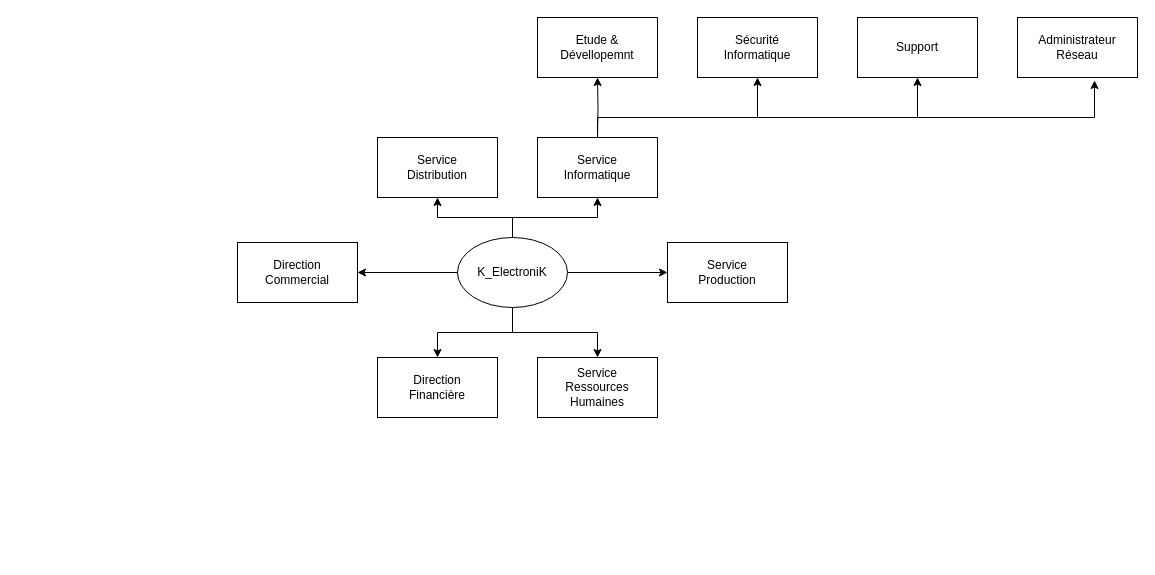
The draw.io diagram public/Untitled Diagram.drawio in amalgum/laracarte-tdn, before the edit. Source tidied: cells renumbered, new cells numbered last; positions are measured from the earlier drawing's top-left corner, leaving out a move shared by most shapes. Both pictures are drawn from the tidied source at 100%, with x=0, y=0 at pixel (237, 17).
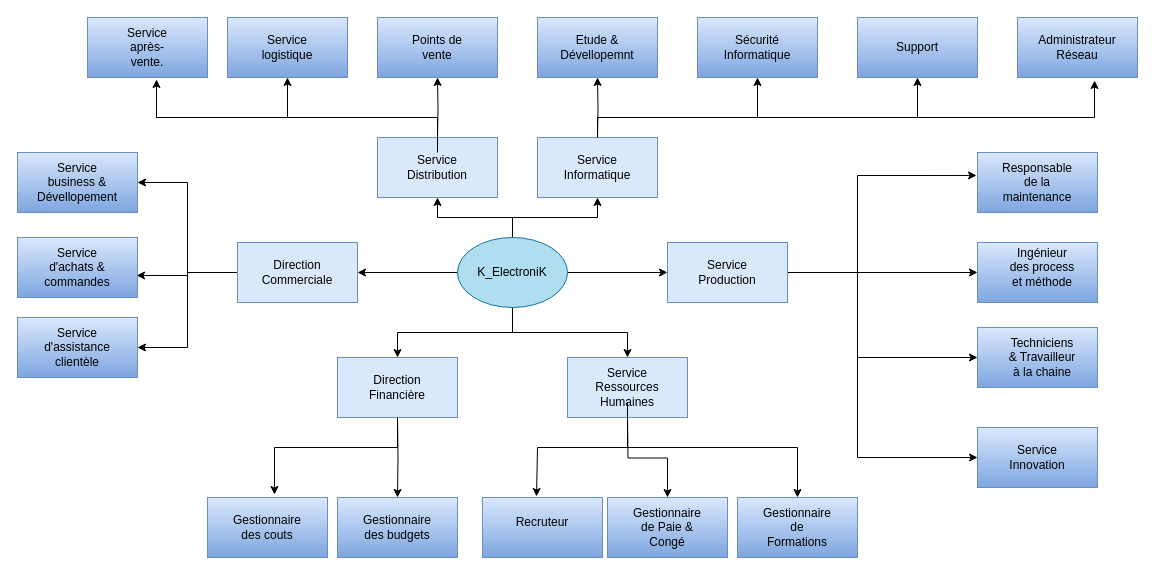
After the change.

The change refers to these unchanged cells:
```xml
<mxCell id="22" value="Service Distribution" style="text;html=1;strokeColor=none;fillColor=none;align=center;verticalAlign=middle;whiteSpace=wrap;rounded=0;" parent="1" vertex="1">
  <mxGeometry x="170" y="135" width="60" height="30" as="geometry" />
</mxCell>
```

The edit, as a diff of the source:
```diff
@@
     <mxCell id="4" style="edgeStyle=orthogonalEdgeStyle;rounded=0;jettySize=auto;html=1;entryX=0.5;entryY=0;entryDx=0;entryDy=0;" parent="1" edge="1" source="8" target="11">
-      <mxGeometry relative="1" as="geometry" />
+      <mxGeometry relative="1" as="geometry">
+        <Array as="points">
+          <mxPoint x="275" y="315" />
+          <mxPoint x="390" y="315" />
+          <mxPoint x="390" y="340" />
+        </Array>
+      </mxGeometry>
     </mxCell>
@@
-    <mxCell id="8" style="ellipse;whiteSpace=wrap;html=1;" parent="1" vertex="1">
+    <mxCell id="8" style="ellipse;whiteSpace=wrap;html=1;fillColor=#b1ddf0;strokeColor=#10739e;" parent="1" vertex="1">
       <mxGeometry x="220" y="220" width="110" height="70" as="geometry" />
     </mxCell>
-    <mxCell id="9" style="rounded=0;whiteSpace=wrap;html=1;" parent="1" vertex="1">
+    <mxCell id="9" style="rounded=0;whiteSpace=wrap;html=1;fillColor=#dae8fc;strokeColor=#6c8ebf;" parent="1" vertex="1">
       <mxGeometry x="140" y="120" width="120" height="60" as="geometry" />
     </mxCell>
+    <mxCell id="34" style="edgeStyle=orthogonalEdgeStyle;rounded=0;jettySize=auto;html=1;entryX=0;entryY=0.5;entryDx=0;entryDy=0;" parent="1" edge="1" source="10" target="49">
+      <mxGeometry relative="1" as="geometry" />
+    </mxCell>
+    <mxCell id="35" style="edgeStyle=orthogonalEdgeStyle;rounded=0;jettySize=auto;html=1;entryX=-0.008;entryY=0.383;entryDx=0;entryDy=0;entryPerimeter=0;" parent="1" edge="1" source="10" target="51">
+      <mxGeometry relative="1" as="geometry">
+        <Array as="points">
+          <mxPoint x="620" y="255" />
+          <mxPoint x="620" y="158" />
+        </Array>
+      </mxGeometry>
+    </mxCell>
+    <mxCell id="36" style="edgeStyle=orthogonalEdgeStyle;rounded=0;jettySize=auto;html=1;entryX=0;entryY=0.5;entryDx=0;entryDy=0;" parent="1" edge="1" source="10" target="52">
+      <mxGeometry relative="1" as="geometry">
+        <Array as="points">
+          <mxPoint x="620" y="255" />
+          <mxPoint x="620" y="340" />
+        </Array>
+      </mxGeometry>
+    </mxCell>
+    <mxCell id="37" style="edgeStyle=orthogonalEdgeStyle;rounded=0;jettySize=auto;html=1;entryX=0;entryY=0.5;entryDx=0;entryDy=0;" parent="1" edge="1" source="10" target="50">
+      <mxGeometry relative="1" as="geometry">
+        <Array as="points">
+          <mxPoint x="620" y="255" />
+          <mxPoint x="620" y="440" />
+        </Array>
+      </mxGeometry>
+    </mxCell>
-    <mxCell id="10" style="rounded=0;whiteSpace=wrap;html=1;" parent="1" vertex="1">
+    <mxCell id="10" style="rounded=0;whiteSpace=wrap;html=1;fillColor=#dae8fc;strokeColor=#6c8ebf;" parent="1" vertex="1">
       <mxGeometry x="430" y="225" width="120" height="60" as="geometry" />
     </mxCell>
+    <mxCell id="38" style="edgeStyle=orthogonalEdgeStyle;rounded=0;jettySize=auto;html=1;" parent="1" edge="1" source="11" target="58">
+      <mxGeometry relative="1" as="geometry">
+        <Array as="points">
+          <mxPoint x="390" y="430" />
+          <mxPoint x="560" y="430" />
+        </Array>
+      </mxGeometry>
+    </mxCell>
-    <mxCell id="11" style="rounded=0;whiteSpace=wrap;html=1;" parent="1" vertex="1">
-      <mxGeometry x="300" y="340" width="120" height="60" as="geometry" />
+    <mxCell id="11" style="rounded=0;whiteSpace=wrap;html=1;fillColor=#dae8fc;strokeColor=#6c8ebf;" parent="1" vertex="1">
+      <mxGeometry x="330" y="340" width="120" height="60" as="geometry" />
     </mxCell>
+    <mxCell id="39" style="edgeStyle=orthogonalEdgeStyle;rounded=0;jettySize=auto;html=1;entryX=0.558;entryY=-0.05;entryDx=0;entryDy=0;entryPerimeter=0;" parent="1" edge="1" source="12" target="75">
+      <mxGeometry relative="1" as="geometry">
+        <Array as="points">
+          <mxPoint x="160" y="430" />
+          <mxPoint x="37" y="430" />
+        </Array>
+      </mxGeometry>
+    </mxCell>
-    <mxCell id="12" style="rounded=0;whiteSpace=wrap;html=1;" parent="1" vertex="1">
-      <mxGeometry x="140" y="340" width="120" height="60" as="geometry" />
+    <mxCell id="12" style="rounded=0;whiteSpace=wrap;html=1;fillColor=#dae8fc;strokeColor=#6c8ebf;" parent="1" vertex="1">
+      <mxGeometry x="100" y="340" width="120" height="60" as="geometry" />
     </mxCell>
+    <mxCell id="40" style="edgeStyle=orthogonalEdgeStyle;rounded=0;jettySize=auto;html=1;entryX=0.992;entryY=0.633;entryDx=0;entryDy=0;entryPerimeter=0;" parent="1" edge="1" source="13" target="71">
+      <mxGeometry relative="1" as="geometry" />
+    </mxCell>
+    <mxCell id="41" style="edgeStyle=orthogonalEdgeStyle;rounded=0;jettySize=auto;html=1;entryX=1;entryY=0.5;entryDx=0;entryDy=0;" parent="1" edge="1" source="13" target="65">
+      <mxGeometry relative="1" as="geometry" />
+    </mxCell>
+    <mxCell id="42" style="edgeStyle=orthogonalEdgeStyle;rounded=0;jettySize=auto;html=1;entryX=1;entryY=0.5;entryDx=0;entryDy=0;" parent="1" edge="1" source="13" target="70">
+      <mxGeometry relative="1" as="geometry" />
+    </mxCell>
-    <mxCell id="13" style="rounded=0;whiteSpace=wrap;html=1;" parent="1" vertex="1">
+    <mxCell id="13" style="rounded=0;whiteSpace=wrap;html=1;fillColor=#dae8fc;strokeColor=#6c8ebf;" parent="1" vertex="1">
       <mxGeometry y="225" width="120" height="60" as="geometry" />
     </mxCell>
@@
-    <mxCell id="17" style="rounded=0;whiteSpace=wrap;html=1;" parent="1" vertex="1">
+    <mxCell id="17" style="rounded=0;whiteSpace=wrap;html=1;fillColor=#dae8fc;strokeColor=#6c8ebf;" parent="1" vertex="1">
       <mxGeometry x="300" y="120" width="120" height="60" as="geometry" />
     </mxCell>
-    <mxCell id="18" value="Direction Commercial" style="text;html=1;strokeColor=none;fillColor=none;align=center;verticalAlign=middle;whiteSpace=wrap;rounded=0;" parent="1" vertex="1">
+    <mxCell id="18" value="Direction Commerciale" style="text;html=1;strokeColor=none;fillColor=none;align=center;verticalAlign=middle;whiteSpace=wrap;rounded=0;" parent="1" vertex="1">
       <mxGeometry x="30" y="240" width="60" height="30" as="geometry" />
     </mxCell>
+    <mxCell id="43" style="edgeStyle=orthogonalEdgeStyle;rounded=0;jettySize=auto;html=1;entryX=0.5;entryY=0;entryDx=0;entryDy=0;" parent="1" edge="1" target="76">
+      <mxGeometry relative="1" as="geometry">
+        <mxPoint x="160" y="400" as="sourcePoint" />
+      </mxGeometry>
+    </mxCell>
     <mxCell id="19" value="Direction Financière" style="text;html=1;strokeColor=none;fillColor=none;align=center;verticalAlign=middle;whiteSpace=wrap;rounded=0;" parent="1" vertex="1">
-      <mxGeometry x="170" y="355" width="60" height="30" as="geometry" />
+      <mxGeometry x="130" y="355" width="60" height="30" as="geometry" />
     </mxCell>
+    <mxCell id="44" style="edgeStyle=orthogonalEdgeStyle;rounded=0;jettySize=auto;html=1;entryX=0.5;entryY=0;entryDx=0;entryDy=0;" parent="1" edge="1" target="59">
+      <mxGeometry relative="1" as="geometry">
+        <mxPoint x="390" y="400" as="sourcePoint" />
+      </mxGeometry>
+    </mxCell>
+    <mxCell id="45" style="edgeStyle=orthogonalEdgeStyle;rounded=0;jettySize=auto;html=1;entryX=0.45;entryY=-0.017;entryDx=0;entryDy=0;entryPerimeter=0;" parent="1" edge="1" source="20" target="57">
+      <mxGeometry relative="1" as="geometry">
+        <Array as="points">
+          <mxPoint x="390" y="430" />
+          <mxPoint x="300" y="430" />
+        </Array>
+      </mxGeometry>
+    </mxCell>
     <mxCell id="20" value="Service Ressources Humaines" style="text;html=1;strokeColor=none;fillColor=none;align=center;verticalAlign=middle;whiteSpace=wrap;rounded=0;" parent="1" vertex="1">
-      <mxGeometry x="330" y="355" width="60" height="30" as="geometry" />
+      <mxGeometry x="360" y="355" width="60" height="30" as="geometry" />
     </mxCell>
@@
+    <mxCell id="46" style="edgeStyle=orthogonalEdgeStyle;rounded=0;jettySize=auto;html=1;entryX=0.5;entryY=1;entryDx=0;entryDy=0;" parent="1" edge="1" target="63">
+      <mxGeometry relative="1" as="geometry">
+        <mxPoint x="200" y="120" as="sourcePoint" />
+        <Array as="points">
+          <mxPoint x="200" y="100" />
+          <mxPoint x="50" y="100" />
+        </Array>
+      </mxGeometry>
+    </mxCell>
+    <mxCell id="47" style="edgeStyle=orthogonalEdgeStyle;rounded=0;jettySize=auto;html=1;entryX=0.5;entryY=1;entryDx=0;entryDy=0;" parent="1" edge="1" target="64">
+      <mxGeometry relative="1" as="geometry">
+        <mxPoint x="200" y="120" as="sourcePoint" />
+      </mxGeometry>
+    </mxCell>
+    <mxCell id="48" style="edgeStyle=orthogonalEdgeStyle;rounded=0;jettySize=auto;html=1;entryX=0.575;entryY=1.033;entryDx=0;entryDy=0;entryPerimeter=0;" parent="1" edge="1" source="22" target="66">
+      <mxGeometry relative="1" as="geometry">
+        <Array as="points">
+          <mxPoint x="200" y="100" />
+          <mxPoint x="-81" y="100" />
+        </Array>
+      </mxGeometry>
+    </mxCell>
@@
-    <mxCell id="26" style="rounded=0;whiteSpace=wrap;html=1;" parent="1" vertex="1">
+    <mxCell id="26" style="rounded=0;whiteSpace=wrap;html=1;fillColor=#dae8fc;gradientColor=#7ea6e0;strokeColor=#6c8ebf;" parent="1" vertex="1">
       <mxGeometry x="300" width="120" height="60" as="geometry" />
     </mxCell>
-    <mxCell id="27" style="rounded=0;whiteSpace=wrap;html=1;" parent="1" vertex="1">
+    <mxCell id="27" style="rounded=0;whiteSpace=wrap;html=1;fillColor=#dae8fc;gradientColor=#7ea6e0;strokeColor=#6c8ebf;" parent="1" vertex="1">
       <mxGeometry x="460" width="120" height="60" as="geometry" />
     </mxCell>
-    <mxCell id="28" style="rounded=0;whiteSpace=wrap;html=1;" parent="1" vertex="1">
+    <mxCell id="28" style="rounded=0;whiteSpace=wrap;html=1;fillColor=#dae8fc;gradientColor=#7ea6e0;strokeColor=#6c8ebf;" parent="1" vertex="1">
       <mxGeometry x="620" width="120" height="60" as="geometry" />
     </mxCell>
-    <mxCell id="29" style="rounded=0;whiteSpace=wrap;html=1;" parent="1" vertex="1">
+    <mxCell id="29" style="rounded=0;whiteSpace=wrap;html=1;fillColor=#dae8fc;gradientColor=#7ea6e0;strokeColor=#6c8ebf;" parent="1" vertex="1">
       <mxGeometry x="780" width="120" height="60" as="geometry" />
     </mxCell>
@@
+    <mxCell id="49" style="rounded=0;whiteSpace=wrap;html=1;fillColor=#dae8fc;gradientColor=#7ea6e0;strokeColor=#6c8ebf;" parent="1" vertex="1">
+      <mxGeometry x="740" y="225" width="120" height="60" as="geometry" />
+    </mxCell>
+    <mxCell id="50" style="rounded=0;whiteSpace=wrap;html=1;fillColor=#dae8fc;gradientColor=#7ea6e0;strokeColor=#6c8ebf;" parent="1" vertex="1">
+      <mxGeometry x="740" y="410" width="120" height="60" as="geometry" />
+    </mxCell>
+    <mxCell id="51" style="rounded=0;whiteSpace=wrap;html=1;fillColor=#dae8fc;gradientColor=#7ea6e0;strokeColor=#6c8ebf;" parent="1" vertex="1">
+      <mxGeometry x="740" y="135" width="120" height="60" as="geometry" />
+    </mxCell>
+    <mxCell id="52" style="rounded=0;whiteSpace=wrap;html=1;fillColor=#dae8fc;gradientColor=#7ea6e0;strokeColor=#6c8ebf;" parent="1" vertex="1">
+      <mxGeometry x="740" y="310" width="120" height="60" as="geometry" />
+    </mxCell>
+    <mxCell id="53" value="Responsable de la maintenance" style="text;html=1;strokeColor=none;fillColor=none;align=center;verticalAlign=middle;whiteSpace=wrap;rounded=0;" parent="1" vertex="1">
+      <mxGeometry x="770" y="150" width="60" height="30" as="geometry" />
+    </mxCell>
+    <mxCell id="54" value="Ingénieur des process et méthode " style="text;html=1;strokeColor=none;fillColor=none;align=center;verticalAlign=middle;whiteSpace=wrap;rounded=0;" parent="1" vertex="1">
+      <mxGeometry x="770" y="235" width="70" height="30" as="geometry" />
+    </mxCell>
+    <mxCell id="55" value="Techniciens &amp;amp; Travailleur à la chaine" style="text;html=1;strokeColor=none;fillColor=none;align=center;verticalAlign=middle;whiteSpace=wrap;rounded=0;" parent="1" vertex="1">
+      <mxGeometry x="770" y="325" width="70" height="30" as="geometry" />
+    </mxCell>
+    <mxCell id="56" value="Service Innovation" style="text;html=1;strokeColor=none;fillColor=none;align=center;verticalAlign=middle;whiteSpace=wrap;rounded=0;" parent="1" vertex="1">
+      <mxGeometry x="770" y="425" width="60" height="30" as="geometry" />
+    </mxCell>
+    <mxCell id="57" style="rounded=0;whiteSpace=wrap;html=1;fillColor=#dae8fc;gradientColor=#7ea6e0;strokeColor=#6c8ebf;" parent="1" vertex="1">
+      <mxGeometry x="245" y="480" width="120" height="60" as="geometry" />
+    </mxCell>
+    <mxCell id="58" style="rounded=0;whiteSpace=wrap;html=1;fillColor=#dae8fc;gradientColor=#7ea6e0;strokeColor=#6c8ebf;" parent="1" vertex="1">
+      <mxGeometry x="500" y="480" width="120" height="60" as="geometry" />
+    </mxCell>
+    <mxCell id="59" style="rounded=0;whiteSpace=wrap;html=1;fillColor=#dae8fc;gradientColor=#7ea6e0;strokeColor=#6c8ebf;" parent="1" vertex="1">
+      <mxGeometry x="370" y="480" width="120" height="60" as="geometry" />
+    </mxCell>
+    <mxCell id="60" value="Gestionnaire de Formations" style="text;html=1;strokeColor=none;fillColor=none;align=center;verticalAlign=middle;whiteSpace=wrap;rounded=0;" parent="1" vertex="1">
+      <mxGeometry x="530" y="495" width="60" height="30" as="geometry" />
+    </mxCell>
+    <mxCell id="61" value="Gestionnaire de Paie &amp;amp; Congé" style="text;html=1;strokeColor=none;fillColor=none;align=center;verticalAlign=middle;whiteSpace=wrap;rounded=0;" parent="1" vertex="1">
+      <mxGeometry x="400" y="495" width="60" height="30" as="geometry" />
+    </mxCell>
+    <mxCell id="62" value="Recruteur" style="text;html=1;strokeColor=none;fillColor=none;align=center;verticalAlign=middle;whiteSpace=wrap;rounded=0;" parent="1" vertex="1">
+      <mxGeometry x="275" y="490" width="60" height="30" as="geometry" />
+    </mxCell>
+    <mxCell id="63" style="rounded=0;whiteSpace=wrap;html=1;fillColor=#dae8fc;gradientColor=#7ea6e0;strokeColor=#6c8ebf;" parent="1" vertex="1">
+      <mxGeometry x="-10" width="120" height="60" as="geometry" />
+    </mxCell>
+    <mxCell id="64" style="rounded=0;whiteSpace=wrap;html=1;fillColor=#dae8fc;gradientColor=#7ea6e0;strokeColor=#6c8ebf;" parent="1" vertex="1">
+      <mxGeometry x="140" width="120" height="60" as="geometry" />
+    </mxCell>
+    <mxCell id="65" style="rounded=0;whiteSpace=wrap;html=1;fillColor=#dae8fc;gradientColor=#7ea6e0;strokeColor=#6c8ebf;" parent="1" vertex="1">
+      <mxGeometry x="-220" y="135" width="120" height="60" as="geometry" />
+    </mxCell>
+    <mxCell id="66" style="rounded=0;whiteSpace=wrap;html=1;fillColor=#dae8fc;gradientColor=#7ea6e0;strokeColor=#6c8ebf;" parent="1" vertex="1">
+      <mxGeometry x="-150" width="120" height="60" as="geometry" />
+    </mxCell>
+    <mxCell id="67" value="Points de vente" style="text;html=1;strokeColor=none;fillColor=none;align=center;verticalAlign=middle;whiteSpace=wrap;rounded=0;" parent="1" vertex="1">
+      <mxGeometry x="170" y="15" width="60" height="30" as="geometry" />
+    </mxCell>
+    <mxCell id="68" value="Service logistique" style="text;html=1;strokeColor=none;fillColor=none;align=center;verticalAlign=middle;whiteSpace=wrap;rounded=0;" parent="1" vertex="1">
+      <mxGeometry x="20" y="15" width="60" height="30" as="geometry" />
+    </mxCell>
+    <mxCell id="69" value="Service après-vente." style="text;html=1;strokeColor=none;fillColor=none;align=center;verticalAlign=middle;whiteSpace=wrap;rounded=0;" parent="1" vertex="1">
+      <mxGeometry x="-120" y="15" width="60" height="30" as="geometry" />
+    </mxCell>
+    <mxCell id="70" style="rounded=0;whiteSpace=wrap;html=1;fillColor=#dae8fc;gradientColor=#7ea6e0;strokeColor=#6c8ebf;" parent="1" vertex="1">
+      <mxGeometry x="-220" y="300" width="120" height="60" as="geometry" />
+    </mxCell>
+    <mxCell id="71" style="rounded=0;whiteSpace=wrap;html=1;fillColor=#dae8fc;gradientColor=#7ea6e0;strokeColor=#6c8ebf;" parent="1" vertex="1">
+      <mxGeometry x="-220" y="220" width="120" height="60" as="geometry" />
+    </mxCell>
+    <mxCell id="72" value="Service d'assistance clientèle" style="text;html=1;strokeColor=none;fillColor=none;align=center;verticalAlign=middle;whiteSpace=wrap;rounded=0;" parent="1" vertex="1">
+      <mxGeometry x="-190" y="315" width="60" height="30" as="geometry" />
+    </mxCell>
+    <mxCell id="73" value="Service d'achats &amp;amp; commandes" style="text;html=1;strokeColor=none;fillColor=none;align=center;verticalAlign=middle;whiteSpace=wrap;rounded=0;" parent="1" vertex="1">
+      <mxGeometry x="-190" y="235" width="60" height="30" as="geometry" />
+    </mxCell>
+    <mxCell id="74" value="Service business &amp;amp; Dévellopement " style="text;html=1;strokeColor=none;fillColor=none;align=center;verticalAlign=middle;whiteSpace=wrap;rounded=0;" parent="1" vertex="1">
+      <mxGeometry x="-190" y="150" width="60" height="30" as="geometry" />
+    </mxCell>
+    <mxCell id="75" style="rounded=0;whiteSpace=wrap;html=1;fillColor=#dae8fc;gradientColor=#7ea6e0;strokeColor=#6c8ebf;" parent="1" vertex="1">
+      <mxGeometry x="-30" y="480" width="120" height="60" as="geometry" />
+    </mxCell>
+    <mxCell id="76" style="rounded=0;whiteSpace=wrap;html=1;fillColor=#dae8fc;gradientColor=#7ea6e0;strokeColor=#6c8ebf;" parent="1" vertex="1">
+      <mxGeometry x="100" y="480" width="120" height="60" as="geometry" />
+    </mxCell>
+    <mxCell id="77" value="Gestionnaire des budgets" style="text;html=1;strokeColor=none;fillColor=none;align=center;verticalAlign=middle;whiteSpace=wrap;rounded=0;" parent="1" vertex="1">
+      <mxGeometry x="130" y="495" width="60" height="30" as="geometry" />
+    </mxCell>
+    <mxCell id="78" value="Gestionnaire des couts" style="text;html=1;strokeColor=none;fillColor=none;align=center;verticalAlign=middle;whiteSpace=wrap;rounded=0;" parent="1" vertex="1">
+      <mxGeometry y="495" width="60" height="30" as="geometry" />
+    </mxCell>
```
